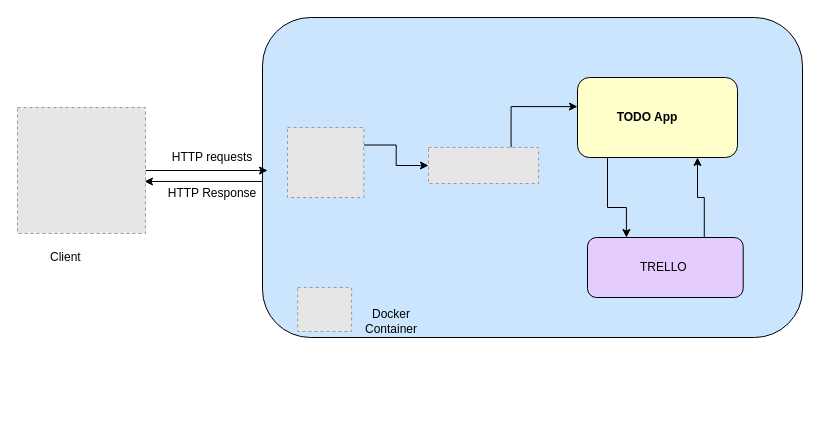
Before: documentation/Container_Diagram.drawio in kiranuppi/DevOps-Course-Starter, a draw.io diagram. Source tidied: cells renumbered, new cells numbered last; positions are measured from the earlier drawing's top-left corner, leaving out a move shared by most shapes. Both pictures are drawn from the tidied source at 100%, with x=0, y=0 at pixel (17, 17). Pictures stored in the file or linked from it are replaced by grey dashed boxes.
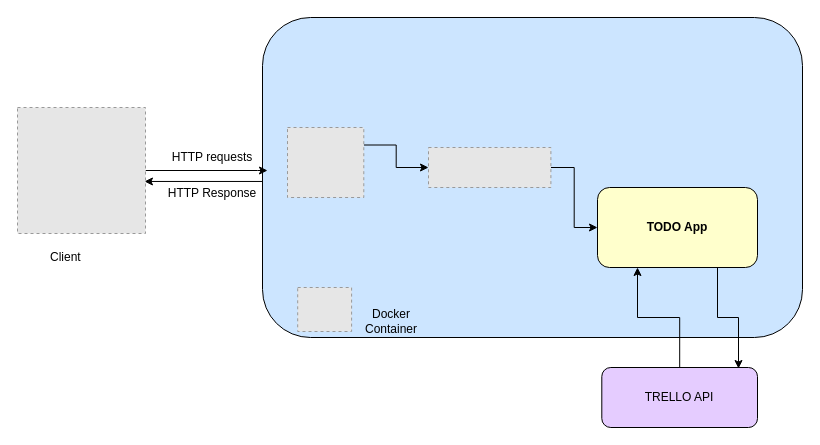
The same diagram, later.

Diff of the diagram source:
```diff
@@
-    <mxCell id="13" style="edgeStyle=orthogonalEdgeStyle;rounded=0;jettySize=auto;html=1;exitX=0.25;exitY=1;exitDx=0;exitDy=0;entryX=0.25;entryY=0;entryDx=0;entryDy=0;" parent="1" edge="1" source="14" target="20">
-      <mxGeometry relative="1" as="geometry">
-        <Array as="points">
-          <mxPoint x="590" y="140" />
-          <mxPoint x="590" y="190" />
-          <mxPoint x="609" y="190" />
-        </Array>
-      </mxGeometry>
+    <mxCell id="13" style="edgeStyle=orthogonalEdgeStyle;rounded=0;jettySize=auto;html=1;exitX=0.75;exitY=1;exitDx=0;exitDy=0;entryX=0.878;entryY=0.017;entryDx=0;entryDy=0;entryPerimeter=0;" parent="1" edge="1" source="14" target="20">
+      <mxGeometry relative="1" as="geometry" />
     </mxCell>
     <mxCell id="14" style="rounded=1;whiteSpace=wrap;html=1;fillColor=#FFFFCC;" parent="1" vertex="1">
-      <mxGeometry x="560" y="60" width="160" height="80" as="geometry" />
+      <mxGeometry x="580" y="170" width="160" height="80" as="geometry" />
     </mxCell>
-    <mxCell id="15" style="edgeStyle=orthogonalEdgeStyle;rounded=0;jettySize=auto;html=1;exitX=0.75;exitY=0;exitDx=0;exitDy=0;entryX=0;entryY=0.364;entryDx=0;entryDy=0;entryPerimeter=0;" parent="1" edge="1" source="16" target="14">
+    <mxCell id="15" style="edgeStyle=orthogonalEdgeStyle;rounded=0;jettySize=auto;html=1;" parent="1" edge="1" source="16" target="14">
       <mxGeometry relative="1" as="geometry" />
     </mxCell>
     <mxCell id="16" style="fillColor=#E6E6E6;strokeColor=#999999;dashed=1;verticalLabelPosition=bottom;labelBackgroundColor=#ffffff;verticalAlign=top;" parent="1" vertex="1">
-      <mxGeometry x="411" y="130" width="110.1" height="36" as="geometry" />
+      <mxGeometry x="411" y="130" width="122.4" height="40" as="geometry" />
     </mxCell>
     <mxCell id="17" value="&lt;b&gt;TODO App&lt;/b&gt;" style="text;html=1;strokeColor=none;fillColor=none;align=center;verticalAlign=middle;whiteSpace=wrap;rounded=0;" parent="1" vertex="1">
-      <mxGeometry x="590" y="85" width="80" height="30" as="geometry" />
+      <mxGeometry x="620" y="195" width="80" height="30" as="geometry" />
     </mxCell>
@@
-    <mxCell id="19" style="edgeStyle=orthogonalEdgeStyle;rounded=0;jettySize=auto;html=1;exitX=0.75;exitY=0;exitDx=0;exitDy=0;entryX=0.75;entryY=1;entryDx=0;entryDy=0;" parent="1" edge="1" source="20" target="14">
+    <mxCell id="19" style="edgeStyle=orthogonalEdgeStyle;rounded=0;jettySize=auto;html=1;entryX=0.25;entryY=1;entryDx=0;entryDy=0;" parent="1" edge="1" source="20" target="14">
       <mxGeometry relative="1" as="geometry" />
     </mxCell>
-    <mxCell id="20" value="TRELLO&amp;nbsp;" style="rounded=1;whiteSpace=wrap;html=1;fillColor=#E5CCFF;" parent="1" vertex="1">
-      <mxGeometry x="570" y="220" width="155.7" height="60" as="geometry" />
+    <mxCell id="20" value="TRELLO API" style="rounded=1;whiteSpace=wrap;html=1;fillColor=#E5CCFF;" parent="1" vertex="1">
+      <mxGeometry x="584.3" y="350" width="155.7" height="60" as="geometry" />
     </mxCell>
```
